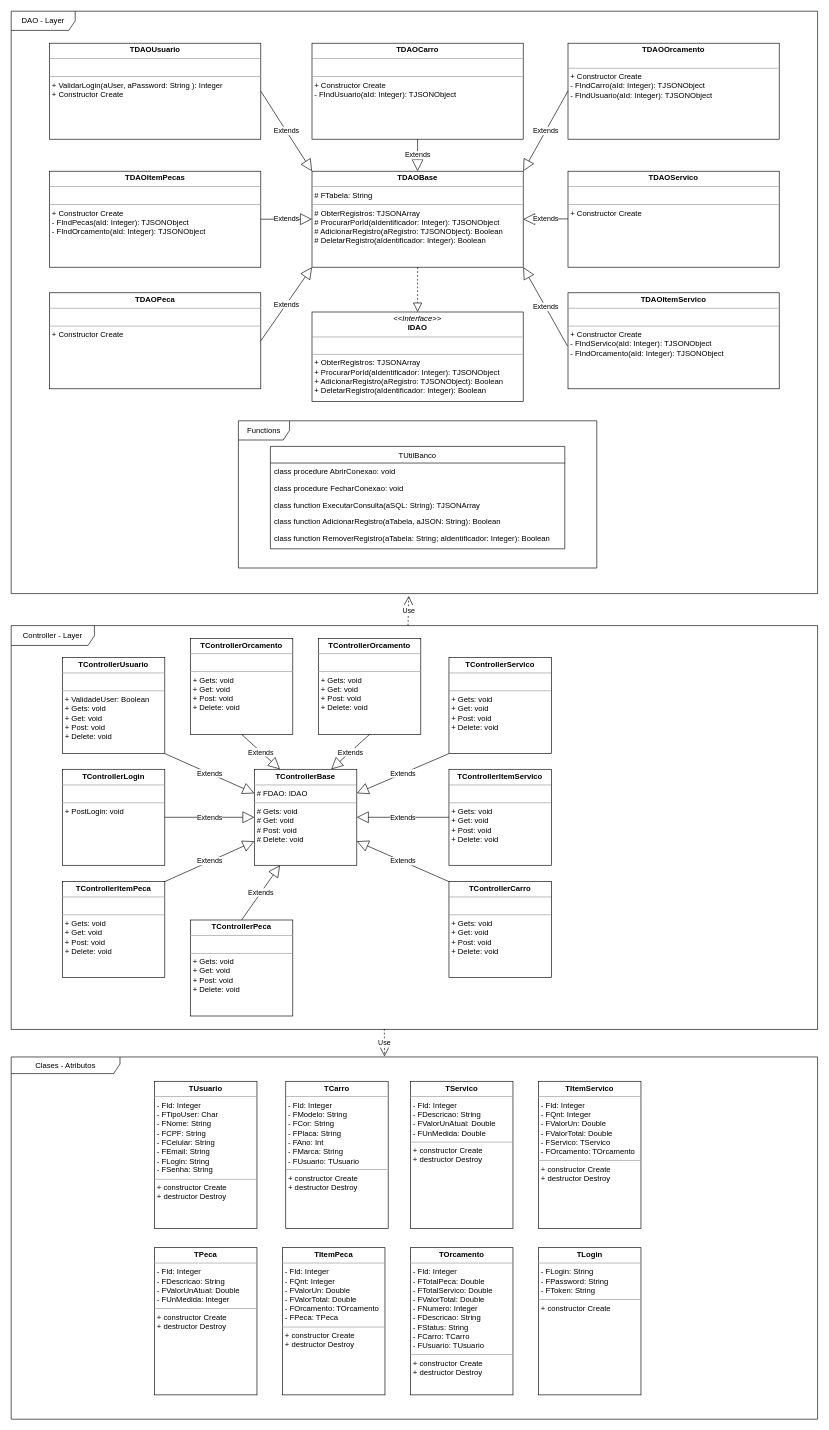
JeanCarlosMoller/MecanicaLamborghini keeps this draw.io diagram as 3 - Arquitetura da Aplicação/Diagramas de Classes/BackEnd/Diagrama_Classe_BackEnd.drawio. Above is the earlier version. Source tidied: cells renumbered, new cells numbered last; positions are measured from the earlier drawing's top-left corner, leaving out a move shared by most shapes. Both pictures are drawn from the tidied source at 64%, with x=0, y=0 at pixel (11, 11).
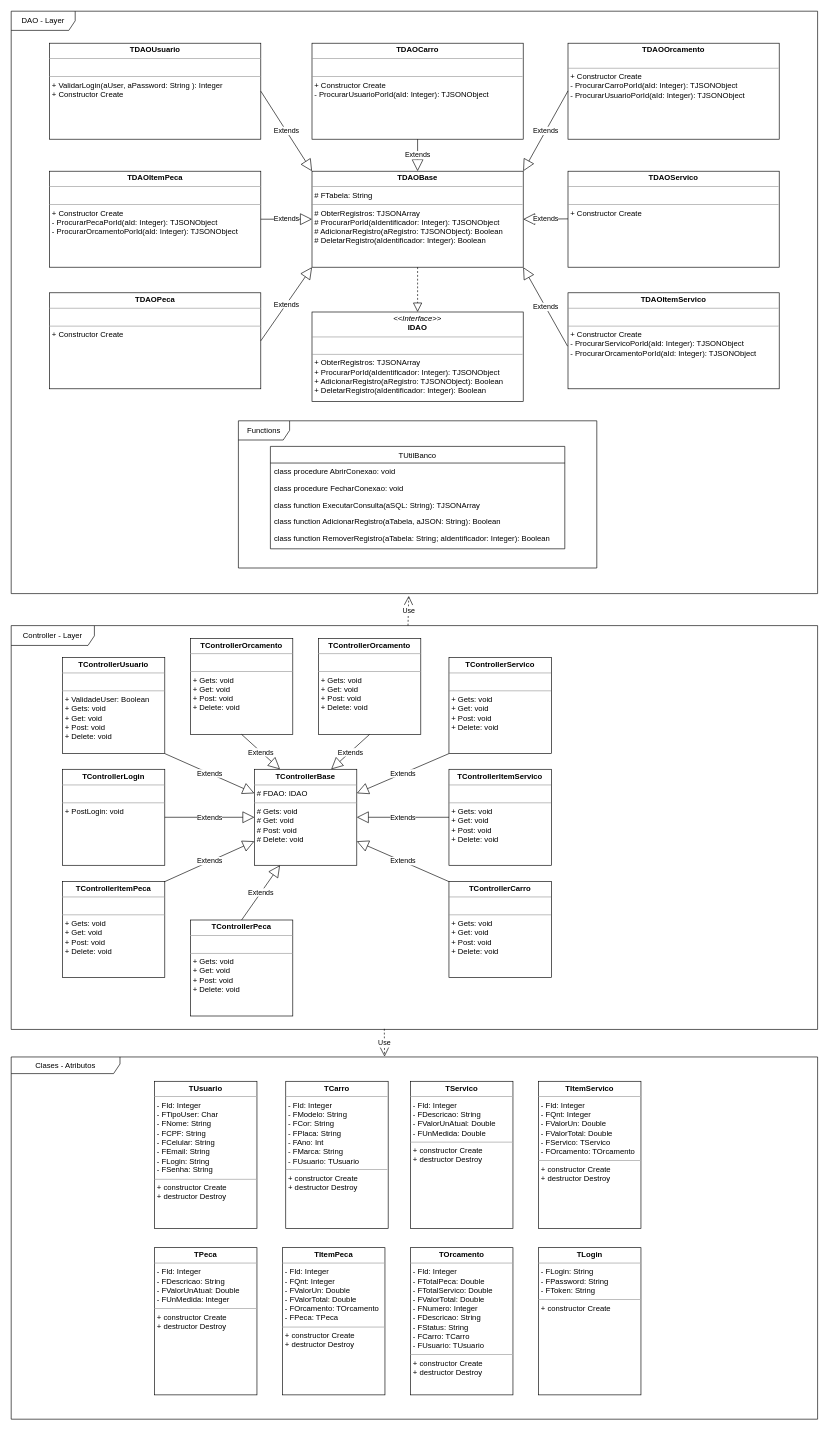
Above is the later version.

What changed in the source:
```diff
@@
-    <mxCell id="4" value="&lt;p style=&quot;margin:0px;margin-top:4px;text-align:center;&quot;&gt;&lt;b&gt;TDAOCarro&lt;/b&gt;&lt;/p&gt;&lt;hr size=&quot;1&quot;&gt;&lt;p style=&quot;margin:0px;margin-left:4px;&quot;&gt;&lt;br&gt;&lt;/p&gt;&lt;hr size=&quot;1&quot;&gt;&lt;p style=&quot;margin:0px;margin-left:4px;&quot;&gt;+ Constructor Create&lt;/p&gt;&lt;p style=&quot;margin:0px;margin-left:4px;&quot;&gt;- FIndUsuario(aId: Integer): TJSONObject&lt;/p&gt;&lt;p style=&quot;margin:0px;margin-left:4px;&quot;&gt;&lt;br&gt;&lt;/p&gt;&lt;p style=&quot;margin:0px;margin-left:4px;&quot;&gt;&lt;br&gt;&lt;br&gt;&lt;/p&gt;" style="verticalAlign=top;align=left;overflow=fill;fontSize=12;fontFamily=Helvetica;html=1;" parent="1" vertex="1">
+    <mxCell id="4" value="&lt;p style=&quot;margin:0px;margin-top:4px;text-align:center;&quot;&gt;&lt;b&gt;TDAOCarro&lt;/b&gt;&lt;/p&gt;&lt;hr size=&quot;1&quot;&gt;&lt;p style=&quot;margin:0px;margin-left:4px;&quot;&gt;&lt;br&gt;&lt;/p&gt;&lt;hr size=&quot;1&quot;&gt;&lt;p style=&quot;margin:0px;margin-left:4px;&quot;&gt;+ Constructor Create&lt;/p&gt;&lt;p style=&quot;margin:0px;margin-left:4px;&quot;&gt;- ProcurarUsuarioPorId(aId: Integer): TJSONObject&lt;/p&gt;&lt;p style=&quot;margin:0px;margin-left:4px;&quot;&gt;&lt;br&gt;&lt;/p&gt;&lt;p style=&quot;margin:0px;margin-left:4px;&quot;&gt;&lt;br&gt;&lt;br&gt;&lt;/p&gt;" style="verticalAlign=top;align=left;overflow=fill;fontSize=12;fontFamily=Helvetica;html=1;" parent="1" vertex="1">
       <mxGeometry x="470" y="50" width="330" height="150" as="geometry" />
     </mxCell>
-    <mxCell id="5" value="&lt;p style=&quot;margin:0px;margin-top:4px;text-align:center;&quot;&gt;&lt;b&gt;TDAOItemPecas&lt;/b&gt;&lt;/p&gt;&lt;hr size=&quot;1&quot;&gt;&lt;p style=&quot;margin:0px;margin-left:4px;&quot;&gt;&lt;br&gt;&lt;/p&gt;&lt;hr size=&quot;1&quot;&gt;&lt;p style=&quot;margin:0px;margin-left:4px;&quot;&gt;+ Constructor Create&lt;/p&gt;&lt;p style=&quot;margin:0px;margin-left:4px;&quot;&gt;&lt;span style=&quot;background-color: initial;&quot;&gt;- FIndPecas(aId: Integer): TJSONObject&lt;/span&gt;&lt;/p&gt;&lt;p style=&quot;margin:0px;margin-left:4px;&quot;&gt;- FIndOrcamento(aId: Integer): TJSONObject&lt;/p&gt;&lt;p style=&quot;margin:0px;margin-left:4px;&quot;&gt;&lt;br&gt;&lt;/p&gt;" style="verticalAlign=top;align=left;overflow=fill;fontSize=12;fontFamily=Helvetica;html=1;" parent="1" vertex="1">
+    <mxCell id="5" value="&lt;p style=&quot;margin:0px;margin-top:4px;text-align:center;&quot;&gt;&lt;b&gt;TDAOItemPeca&lt;/b&gt;&lt;/p&gt;&lt;hr size=&quot;1&quot;&gt;&lt;p style=&quot;margin:0px;margin-left:4px;&quot;&gt;&lt;br&gt;&lt;/p&gt;&lt;hr size=&quot;1&quot;&gt;&lt;p style=&quot;margin:0px;margin-left:4px;&quot;&gt;+ Constructor Create&lt;/p&gt;&lt;p style=&quot;margin:0px;margin-left:4px;&quot;&gt;&lt;span style=&quot;background-color: initial;&quot;&gt;- ProcurarPecaPorId(aId: Integer): TJSONObject&lt;/span&gt;&lt;/p&gt;&lt;p style=&quot;margin:0px;margin-left:4px;&quot;&gt;- ProcurarOrcamentoPorId(aId: Integer): TJSONObject&lt;/p&gt;&lt;p style=&quot;margin:0px;margin-left:4px;&quot;&gt;&lt;br&gt;&lt;/p&gt;" style="verticalAlign=top;align=left;overflow=fill;fontSize=12;fontFamily=Helvetica;html=1;" parent="1" vertex="1">
       <mxGeometry x="60" y="250" width="330" height="150" as="geometry" />
     </mxCell>
@@
-    <mxCell id="8" value="&lt;p style=&quot;margin:0px;margin-top:4px;text-align:center;&quot;&gt;&lt;b&gt;TDAOItemServico&lt;/b&gt;&lt;/p&gt;&lt;hr size=&quot;1&quot;&gt;&lt;p style=&quot;margin:0px;margin-left:4px;&quot;&gt;&lt;br&gt;&lt;/p&gt;&lt;hr size=&quot;1&quot;&gt;&lt;p style=&quot;border-color: var(--border-color); margin: 0px 0px 0px 4px;&quot;&gt;+ Constructor Create&lt;/p&gt;&lt;p style=&quot;border-color: var(--border-color); margin: 0px 0px 0px 4px;&quot;&gt;- FIndServico(aId: Integer): TJSONObject&lt;/p&gt;&lt;p style=&quot;border-color: var(--border-color); margin: 0px 0px 0px 4px;&quot;&gt;- FIndOrcamento(aId: Integer): TJSONObject&lt;br style=&quot;border-color: var(--border-color);&quot;&gt;&lt;br&gt;&lt;/p&gt;" style="verticalAlign=top;align=left;overflow=fill;fontSize=12;fontFamily=Helvetica;html=1;" parent="1" vertex="1">
+    <mxCell id="8" value="&lt;p style=&quot;margin:0px;margin-top:4px;text-align:center;&quot;&gt;&lt;b&gt;TDAOItemServico&lt;/b&gt;&lt;/p&gt;&lt;hr size=&quot;1&quot;&gt;&lt;p style=&quot;margin:0px;margin-left:4px;&quot;&gt;&lt;br&gt;&lt;/p&gt;&lt;hr size=&quot;1&quot;&gt;&lt;p style=&quot;border-color: var(--border-color); margin: 0px 0px 0px 4px;&quot;&gt;+ Constructor Create&lt;/p&gt;&lt;p style=&quot;border-color: var(--border-color); margin: 0px 0px 0px 4px;&quot;&gt;- ProcurarServicoPorId(aId: Integer): TJSONObject&lt;/p&gt;&lt;p style=&quot;border-color: var(--border-color); margin: 0px 0px 0px 4px;&quot;&gt;- ProcurarOrcamentoPorId(aId: Integer): TJSONObject&lt;br style=&quot;border-color: var(--border-color);&quot;&gt;&lt;br&gt;&lt;/p&gt;" style="verticalAlign=top;align=left;overflow=fill;fontSize=12;fontFamily=Helvetica;html=1;" parent="1" vertex="1">
       <mxGeometry x="870" y="440" width="330" height="150" as="geometry" />
     </mxCell>
-    <mxCell id="9" value="&lt;p style=&quot;margin:0px;margin-top:4px;text-align:center;&quot;&gt;&lt;b&gt;TDAOOrcamento&lt;/b&gt;&lt;/p&gt;&lt;p style=&quot;margin:0px;margin-left:4px;&quot;&gt;&lt;br&gt;&lt;/p&gt;&lt;hr size=&quot;1&quot;&gt;&lt;p style=&quot;border-color: var(--border-color); margin: 0px 0px 0px 4px;&quot;&gt;+ Constructor Create&lt;/p&gt;&lt;p style=&quot;border-color: var(--border-color); margin: 0px 0px 0px 4px;&quot;&gt;- FIndCarro(aId: Integer): TJSONObject&lt;/p&gt;&lt;p style=&quot;border-color: var(--border-color); margin: 0px 0px 0px 4px;&quot;&gt;- FIndUsuario(aId: Integer): TJSONObject&lt;br style=&quot;border-color: var(--border-color);&quot;&gt;&lt;br style=&quot;border-color: var(--border-color);&quot;&gt;&lt;br&gt;&lt;/p&gt;" style="verticalAlign=top;align=left;overflow=fill;fontSize=12;fontFamily=Helvetica;html=1;" parent="1" vertex="1">
+    <mxCell id="9" value="&lt;p style=&quot;margin:0px;margin-top:4px;text-align:center;&quot;&gt;&lt;b&gt;TDAOOrcamento&lt;/b&gt;&lt;/p&gt;&lt;p style=&quot;margin:0px;margin-left:4px;&quot;&gt;&lt;br&gt;&lt;/p&gt;&lt;hr size=&quot;1&quot;&gt;&lt;p style=&quot;border-color: var(--border-color); margin: 0px 0px 0px 4px;&quot;&gt;+ Constructor Create&lt;/p&gt;&lt;p style=&quot;border-color: var(--border-color); margin: 0px 0px 0px 4px;&quot;&gt;- ProcurarCarroPorId(aId: Integer): TJSONObject&lt;/p&gt;&lt;p style=&quot;border-color: var(--border-color); margin: 0px 0px 0px 4px;&quot;&gt;- ProcurarUsuarioPorId(aId: Integer): TJSONObject&lt;br style=&quot;border-color: var(--border-color);&quot;&gt;&lt;br style=&quot;border-color: var(--border-color);&quot;&gt;&lt;br&gt;&lt;/p&gt;" style="verticalAlign=top;align=left;overflow=fill;fontSize=12;fontFamily=Helvetica;html=1;" parent="1" vertex="1">
       <mxGeometry x="870" y="50" width="330" height="150" as="geometry" />
     </mxCell>
```
